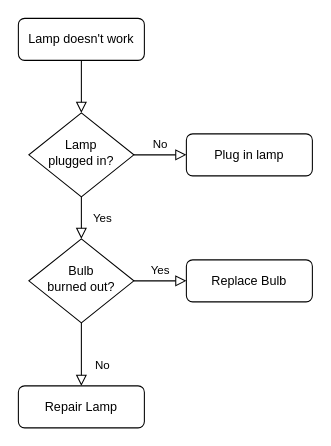
Earlier version of the draw.io diagram 제목 없는 다이어그램.drawio (8LLAT/demo-page). Source tidied: cells renumbered, new cells numbered last; positions are measured from the earlier drawing's top-left corner, leaving out a move shared by most shapes. Both pictures are drawn from the tidied source at 105%, with x=0, y=0 at pixel (18, 18).
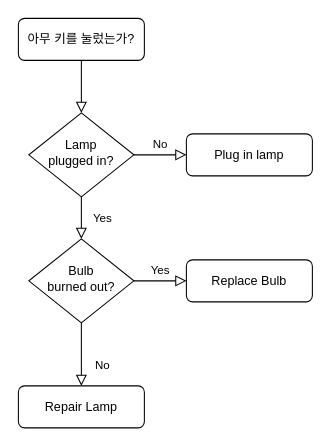
After the change.

Commit message:
제목 없는 다이어그램.drawio 업데이트

Diff of the diagram source:
```diff
@@
 <mxGraphModel>
   <root>
     <mxCell id="0" />
     <mxCell id="1" parent="0" />
     <mxCell id="2" style="rounded=0;html=1;jettySize=auto;fontSize=11;endArrow=block;endFill=0;endSize=8;strokeWidth=1;shadow=0;labelBackgroundColor=none;edgeStyle=orthogonalEdgeStyle;" parent="1" edge="1" source="3" target="6">
       <mxGeometry relative="1" as="geometry" />
     </mxCell>
-    <mxCell id="3" value="Lamp doesn't work" style="rounded=1;whiteSpace=wrap;html=1;fontSize=12;glass=0;strokeWidth=1;shadow=0;" parent="1" vertex="1">
+    <mxCell id="3" value="아무 키를 눌렀는가?" style="rounded=1;whiteSpace=wrap;html=1;fontSize=12;glass=0;strokeWidth=1;shadow=0;" parent="1" vertex="1">
       <mxGeometry width="120" height="40" as="geometry" />
     </mxCell>
     <mxCell id="4" value="Yes" style="rounded=0;html=1;jettySize=auto;fontSize=11;endArrow=block;endFill=0;endSize=8;strokeWidth=1;shadow=0;labelBackgroundColor=none;edgeStyle=orthogonalEdgeStyle;" parent="1" edge="1" source="6" target="10">
       <mxGeometry y="20" relative="1" as="geometry" />
     </mxCell>
     <mxCell id="5" value="No" style="edgeStyle=orthogonalEdgeStyle;rounded=0;html=1;jettySize=auto;fontSize=11;endArrow=block;endFill=0;endSize=8;strokeWidth=1;shadow=0;labelBackgroundColor=none;" parent="1" edge="1" source="6" target="7">
       <mxGeometry y="10" relative="1" as="geometry" />
     </mxCell>
     <mxCell id="6" value="Lamp&lt;br&gt;plugged in?" style="rhombus;whiteSpace=wrap;html=1;shadow=0;fontFamily=Helvetica;fontSize=12;align=center;strokeWidth=1;spacing=6;spacingTop=-4;" parent="1" vertex="1">
       <mxGeometry x="10" y="90" width="100" height="80" as="geometry" />
     </mxCell>
     <mxCell id="7" value="Plug in lamp" style="rounded=1;whiteSpace=wrap;html=1;fontSize=12;glass=0;strokeWidth=1;shadow=0;" parent="1" vertex="1">
       <mxGeometry x="160" y="110" width="120" height="40" as="geometry" />
     </mxCell>
     <mxCell id="8" value="No" style="rounded=0;html=1;jettySize=auto;fontSize=11;endArrow=block;endFill=0;endSize=8;strokeWidth=1;shadow=0;labelBackgroundColor=none;edgeStyle=orthogonalEdgeStyle;" parent="1" edge="1" source="10" target="11">
       <mxGeometry x="0.33" y="20" relative="1" as="geometry" />
     </mxCell>
     <mxCell id="9" value="Yes" style="edgeStyle=orthogonalEdgeStyle;rounded=0;html=1;jettySize=auto;fontSize=11;endArrow=block;endFill=0;endSize=8;strokeWidth=1;shadow=0;labelBackgroundColor=none;" parent="1" edge="1" source="10" target="12">
       <mxGeometry y="10" relative="1" as="geometry" />
     </mxCell>
     <mxCell id="10" value="Bulb&lt;br&gt;burned out?" style="rhombus;whiteSpace=wrap;html=1;shadow=0;fontFamily=Helvetica;fontSize=12;align=center;strokeWidth=1;spacing=6;spacingTop=-4;" parent="1" vertex="1">
       <mxGeometry x="10" y="210" width="100" height="80" as="geometry" />
     </mxCell>
     <mxCell id="11" value="Repair Lamp" style="rounded=1;whiteSpace=wrap;html=1;fontSize=12;glass=0;strokeWidth=1;shadow=0;" parent="1" vertex="1">
       <mxGeometry y="350" width="120" height="40" as="geometry" />
     </mxCell>
     <mxCell id="12" value="Replace Bulb" style="rounded=1;whiteSpace=wrap;html=1;fontSize=12;glass=0;strokeWidth=1;shadow=0;" parent="1" vertex="1">
       <mxGeometry x="160" y="230" width="120" height="40" as="geometry" />
     </mxCell>
   </root>
 </mxGraphModel>
```
